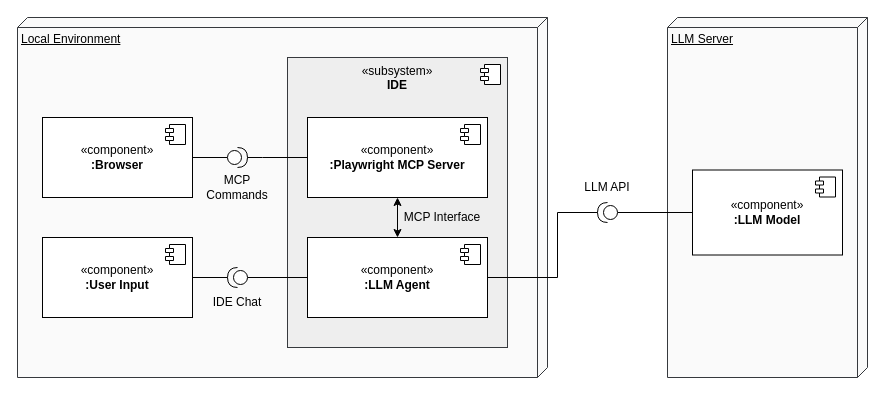
The draw.io diagram figures/mcp_local.drawio in tobikli/ba-thesis, before the edit. Source tidied: cells renumbered, new cells numbered last; positions are measured from the earlier drawing's top-left corner, leaving out a move shared by most shapes. Both pictures are drawn from the tidied source at 100%, with x=0, y=0 at pixel (17, 17).
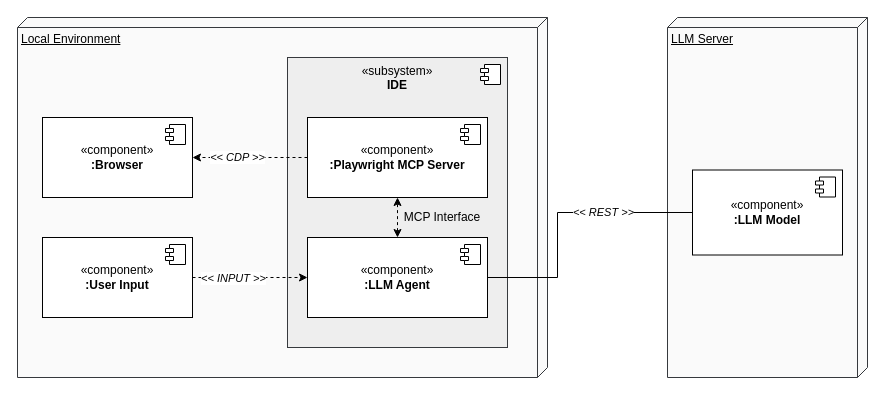
Above is the later version.

Unchanged cells that the change refers to:
```xml
<mxCell id="5" value="«component&lt;span style=&quot;background-color: transparent; color: light-dark(rgb(0, 0, 0), rgb(255, 255, 255));&quot;&gt;»&lt;/span&gt;&lt;div&gt;&lt;b&gt;:Playwright MCP Server&lt;/b&gt;&lt;/div&gt;" style="html=1;whiteSpace=wrap;" parent="1" vertex="1">
  <mxGeometry x="290" y="100" width="180" height="80" as="geometry" />
</mxCell>
<mxCell id="8" value="«component&lt;span style=&quot;background-color: transparent; color: light-dark(rgb(0, 0, 0), rgb(255, 255, 255));&quot;&gt;»&lt;/span&gt;&lt;div&gt;&lt;b&gt;:LLM Agent&lt;/b&gt;&lt;/div&gt;" style="html=1;whiteSpace=wrap;" parent="1" vertex="1">
  <mxGeometry x="290" y="220" width="180" height="80" as="geometry" />
</mxCell>
<mxCell id="11" value="«component&lt;span style=&quot;background-color: transparent; color: light-dark(rgb(0, 0, 0), rgb(255, 255, 255));&quot;&gt;»&lt;/span&gt;&lt;div&gt;&lt;b&gt;:LLM Model&lt;/b&gt;&lt;/div&gt;" style="html=1;whiteSpace=wrap;" parent="1" vertex="1">
  <mxGeometry x="675" y="152.5" width="150" height="85" as="geometry" />
</mxCell>
<mxCell id="13" value="«component&lt;span style=&quot;background-color: transparent; color: light-dark(rgb(0, 0, 0), rgb(255, 255, 255));&quot;&gt;»&lt;/span&gt;&lt;div&gt;&lt;b&gt;:Browser&lt;/b&gt;&lt;/div&gt;" style="html=1;whiteSpace=wrap;" parent="1" vertex="1">
  <mxGeometry x="25" y="100" width="150" height="80" as="geometry" />
</mxCell>
<mxCell id="24" value="«component&lt;span style=&quot;background-color: transparent; color: light-dark(rgb(0, 0, 0), rgb(255, 255, 255));&quot;&gt;»&lt;/span&gt;&lt;div&gt;&lt;b&gt;:User Input&lt;/b&gt;&lt;/div&gt;" style="html=1;whiteSpace=wrap;" parent="1" vertex="1">
  <mxGeometry x="25" y="220" width="150" height="80" as="geometry" />
</mxCell>
```

The edit, as a diff of the source:
```diff
@@
-    <mxCell id="7" style="edgeStyle=orthogonalEdgeStyle;rounded=0;jettySize=auto;html=1;startArrow=classic;startFill=1;" parent="1" edge="1" source="8" target="5">
+    <mxCell id="7" style="edgeStyle=orthogonalEdgeStyle;rounded=0;jettySize=auto;html=1;startArrow=classic;startFill=1;dashed=1;" parent="1" edge="1" source="8" target="5">
       <mxGeometry relative="1" as="geometry" />
     </mxCell>
@@
-    <mxCell id="15" style="edgeStyle=orthogonalEdgeStyle;rounded=0;jettySize=auto;html=1;entryX=0;entryY=0.5;entryDx=0;entryDy=0;endArrow=none;endFill=0;" parent="1" edge="1" source="16" target="11">
-      <mxGeometry relative="1" as="geometry" />
-    </mxCell>
-    <mxCell id="16" style="shape=providedRequiredInterface;html=1;verticalLabelPosition=bottom;sketch=0;flipH=1;" parent="1" vertex="1">
-      <mxGeometry x="580" y="185" width="20" height="20" as="geometry" />
-    </mxCell>
-    <mxCell id="17" style="edgeStyle=orthogonalEdgeStyle;rounded=0;jettySize=auto;html=1;entryX=1;entryY=0.5;entryDx=0;entryDy=0;entryPerimeter=0;endArrow=none;endFill=0;" parent="1" edge="1" source="8" target="16">
+    <mxCell id="17" style="edgeStyle=orthogonalEdgeStyle;rounded=0;jettySize=auto;html=1;endArrow=none;endFill=0;entryX=0;entryY=0.5;entryDx=0;entryDy=0;" parent="1" edge="1" source="8" target="11">
       <mxGeometry relative="1" as="geometry">
         <Array as="points">
           <mxPoint x="540" y="260" />
           <mxPoint x="540" y="195" />
         </Array>
       </mxGeometry>
     </mxCell>
-    <mxCell id="18" style="edgeStyle=orthogonalEdgeStyle;rounded=0;jettySize=auto;html=1;entryX=1;entryY=0.5;entryDx=0;entryDy=0;endArrow=none;endFill=0;" parent="1" edge="1" source="19" target="13">
-      <mxGeometry relative="1" as="geometry" />
-    </mxCell>
-    <mxCell id="19" style="shape=providedRequiredInterface;html=1;verticalLabelPosition=bottom;sketch=0;flipH=0;flipV=1;" parent="1" vertex="1">
-      <mxGeometry x="210" y="130" width="20" height="20" as="geometry" />
-    </mxCell>
+    <mxCell id="30" value="&lt;i&gt;&amp;lt;&amp;lt; REST &amp;gt;&amp;gt;&lt;/i&gt;" style="edgeLabel;html=1;align=center;verticalAlign=middle;" parent="17" vertex="1">
+      <mxGeometry x="0.33" y="1" relative="1" as="geometry" />
+    </mxCell>
-    <mxCell id="20" style="edgeStyle=orthogonalEdgeStyle;rounded=0;jettySize=auto;html=1;entryX=1;entryY=0.5;entryDx=0;entryDy=0;entryPerimeter=0;endArrow=none;endFill=0;" parent="1" edge="1" source="5" target="19">
-      <mxGeometry relative="1" as="geometry">
-        <Array as="points">
-          <mxPoint x="245" y="140" />
-          <mxPoint x="245" y="140" />
-        </Array>
-      </mxGeometry>
+    <mxCell id="20" style="edgeStyle=orthogonalEdgeStyle;rounded=0;jettySize=auto;html=1;entryX=1;entryY=0.5;entryDx=0;entryDy=0;endArrow=classic;endFill=1;dashed=1;startArrow=none;startFill=0;" parent="1" edge="1" source="5" target="13">
+      <mxGeometry relative="1" as="geometry" />
     </mxCell>
+    <mxCell id="31" value="&amp;lt;&amp;lt; CDP &amp;gt;&amp;gt;" style="edgeLabel;html=1;align=center;verticalAlign=middle;fontStyle=2;" parent="20" vertex="1">
+      <mxGeometry x="0.23" y="-1" relative="1" as="geometry" />
+    </mxCell>
@@
-    <mxCell id="22" value="LLM API" style="text;html=1;align=center;verticalAlign=middle;whiteSpace=wrap;rounded=0;" parent="1" vertex="1">
-      <mxGeometry x="545" y="155" width="90" height="30" as="geometry" />
-    </mxCell>
-    <mxCell id="23" value="MCP Commands" style="text;html=1;align=center;verticalAlign=middle;whiteSpace=wrap;rounded=0;" parent="1" vertex="1">
-      <mxGeometry x="175" y="155" width="90" height="30" as="geometry" />
-    </mxCell>
@@
-    <mxCell id="26" style="edgeStyle=orthogonalEdgeStyle;rounded=0;jettySize=auto;html=1;endArrow=none;endFill=0;" parent="1" edge="1" source="28" target="8">
+    <mxCell id="26" style="edgeStyle=orthogonalEdgeStyle;rounded=0;jettySize=auto;html=1;endArrow=classic;endFill=1;exitX=1;exitY=0.5;exitDx=0;exitDy=0;dashed=1;" parent="1" edge="1" source="24" target="8">
       <mxGeometry relative="1" as="geometry" />
     </mxCell>
-    <mxCell id="27" style="edgeStyle=orthogonalEdgeStyle;rounded=0;jettySize=auto;html=1;endArrow=none;endFill=0;" parent="1" edge="1" source="28" target="24">
-      <mxGeometry relative="1" as="geometry" />
-    </mxCell>
-    <mxCell id="28" style="shape=providedRequiredInterface;html=1;verticalLabelPosition=bottom;sketch=0;flipH=1;flipV=0;" parent="1" vertex="1">
-      <mxGeometry x="210" y="250" width="20" height="20" as="geometry" />
-    </mxCell>
-    <mxCell id="29" value="IDE Chat" style="text;html=1;align=center;verticalAlign=middle;whiteSpace=wrap;rounded=0;" parent="1" vertex="1">
-      <mxGeometry x="175" y="270" width="90" height="30" as="geometry" />
-    </mxCell>
+    <mxCell id="32" value="&lt;i&gt;&amp;lt;&amp;lt; INPUT &amp;gt;&amp;gt;&lt;/i&gt;" style="edgeLabel;html=1;align=center;verticalAlign=middle;" parent="26" vertex="1">
+      <mxGeometry x="-0.3" relative="1" as="geometry" />
+    </mxCell>
```
